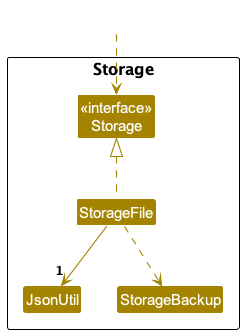
This is docs/images/StorageClassDiagram.png from nus-cs2113-AY2425S1/tp, a PlantUML export, as it was before one commit.
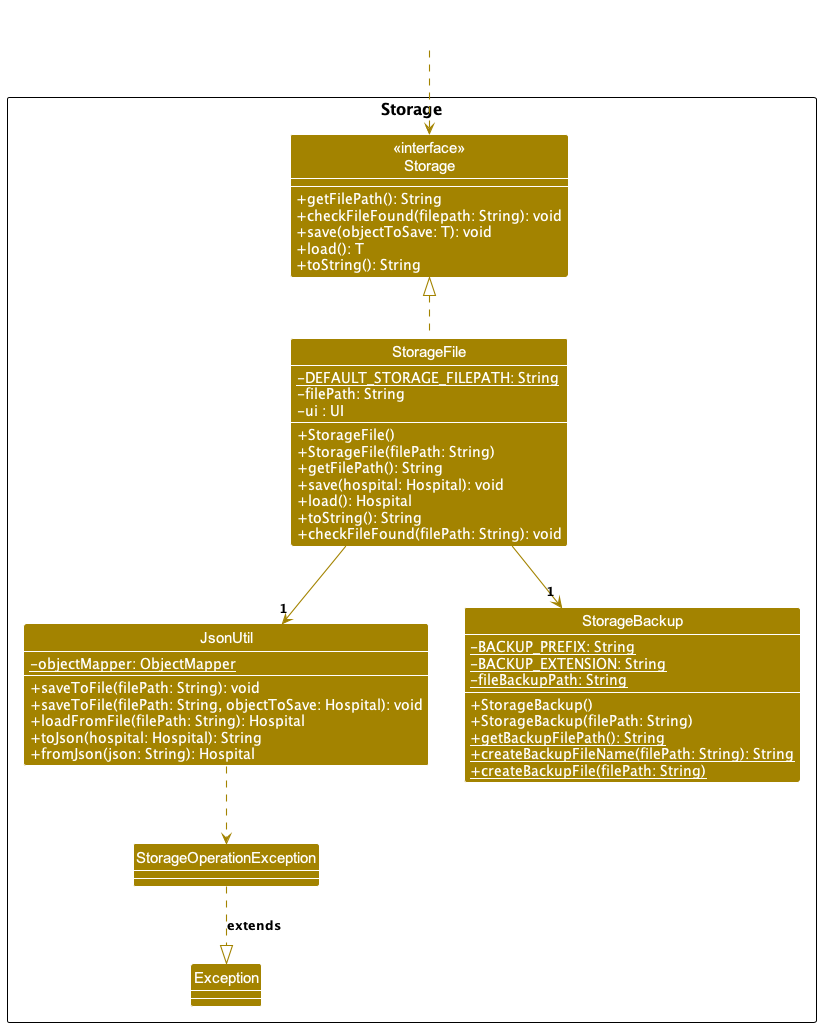
After the commit.

Commit message:
Update Architecture Diagram & Storage Class Diagram to follow group format

The edit, as a diff of the source:
```diff
@@ -6,35 +6,50 @@
 
 package Storage as StoragePackage {
     Class "<<interface>>\nStorage" as Storage {
-        +save(Hospital): void
-        +load(): Hospital
+        +getFilePath(): String
+        +checkFileFound(filepath: String): void
+        +save(objectToSave: T): void
+        +load(): T
+        +toString(): String
     }
 
     class StorageFile {
         +StorageFile()
-        +StorageFile(String)
+        +StorageFile(filePath: String)
         +getFilePath(): String
-        +save(Hospital): void
+        +save(hospital: Hospital): void
         +load(): Hospital
         +toString(): String
-        -checkFileFound(String): void
-        {static} -logger: Logger
+        +checkFileFound(filePath: String): void
         {static} -DEFAULT_STORAGE_FILEPATH: String
         -filePath: String
+        -ui : UI
     }
 
     class JsonUtil {
-        {static} +saveToFile(String): void
-        {static} +saveToFile(Hospital, String): void
-        {static} +loadFromFile(String): Hospital
-        {static} +toJson(Hospital): String
-        {static} +fromJson(String): Hospital
-        {static} -logger: Logger
+        +saveToFile(filePath: String): void
+        +saveToFile(filePath: String, objectToSave: Hospital): void
+        +loadFromFile(filePath: String): Hospital
+        +toJson(hospital: Hospital): String
+        +fromJson(json: String): Hospital
         {static} -objectMapper: ObjectMapper
     }
 
     class StorageBackup {
-        + createBackupFile(filePath : String)
+        +StorageBackup()
+        +StorageBackup(filePath: String)
+        {static} +getBackupFilePath(): String
+        {static} +createBackupFileName(filePath: String): String
+        {static} +createBackupFile(filePath: String)
+        {static} -BACKUP_PREFIX: String
+        {static} -BACKUP_EXTENSION: String
+        {static} -fileBackupPath: String
+    }
+
+    class StorageOperationException {
+    }
+
+    class Exception {
     }
 }
 
@@ -48,6 +63,8 @@
 
 StorageFile .up.|> Storage
 StorageFile --> "1" JsonUtil
-StorageFile ..> StorageBackup
+StorageFile --> "1" StorageBackup
+JsonUtil ..> StorageOperationException
+StorageOperationException .down.|> Exception : extends
 
 @enduml
```
